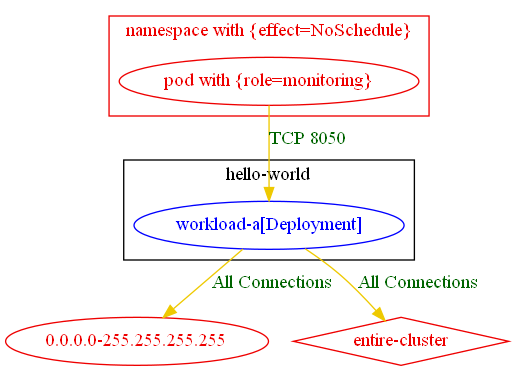
np-guard/netpol-analyzer keeps this Graphviz diagram as test_outputs/connlist/exposure_test_conn_with_new_pod_selector_and_ns_selector_connlist_output.dot.png. Above is the earlier version. Its source is kept beside it as test_outputs/connlist/exposure_test_conn_with_new_pod_selector_and_ns_selector_connlist_output.dot. Its diagram source:
```dot
digraph {
	subgraph "cluster_hello_world" {
		color="black"
		fontcolor="black"
		"hello-world/workload-a[Deployment]" [label="workload-a[Deployment]" color="blue" fontcolor="blue"]
		label="hello-world"
	}
	subgraph "cluster_namespace with {effect=NoSchedule}" {
		color="red2"
		fontcolor="red2"
		"pod with {role=monitoring}_in_namespace with {effect=NoSchedule}" [label="pod with {role=monitoring}" color="red2" fontcolor="red2"]
		label="namespace with {effect=NoSchedule}"
	}
	"0.0.0.0-255.255.255.255" [label="0.0.0.0-255.255.255.255" color="red2" fontcolor="red2"]
	"entire-cluster" [label="entire-cluster" color="red2" fontcolor="red2" shape=diamond]
	"hello-world/workload-a[Deployment]" -> "0.0.0.0-255.255.255.255" [label="All Connections" color="gold2" fontcolor="darkgreen"]
	"hello-world/workload-a[Deployment]" -> "entire-cluster" [label="All Connections" color="gold2" fontcolor="darkgreen"]
	"pod with {role=monitoring}_in_namespace with {effect=NoSchedule}" -> "hello-world/workload-a[Deployment]" [label="TCP 8050" color="gold2" fontcolor="darkgreen"]
}
```
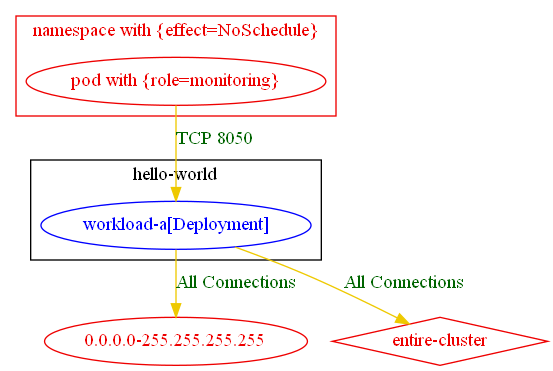
Later version of the same file.

The edit, as a diff of the source:
```diff
@@ -14,6 +14,6 @@
 	"0.0.0.0-255.255.255.255" [label="0.0.0.0-255.255.255.255" color="red2" fontcolor="red2"]
 	"entire-cluster" [label="entire-cluster" color="red2" fontcolor="red2" shape=diamond]
 	"hello-world/workload-a[Deployment]" -> "0.0.0.0-255.255.255.255" [label="All Connections" color="gold2" fontcolor="darkgreen"]
-	"hello-world/workload-a[Deployment]" -> "entire-cluster" [label="All Connections" color="gold2" fontcolor="darkgreen"]
-	"pod with {role=monitoring}_in_namespace with {effect=NoSchedule}" -> "hello-world/workload-a[Deployment]" [label="TCP 8050" color="gold2" fontcolor="darkgreen"]
+	"hello-world/workload-a[Deployment]" -> "entire-cluster" [label="All Connections" color="gold2" fontcolor="darkgreen" weight=0.5]
+	"pod with {role=monitoring}_in_namespace with {effect=NoSchedule}" -> "hello-world/workload-a[Deployment]" [label="TCP 8050" color="gold2" fontcolor="darkgreen" weight=1]
 }
```
